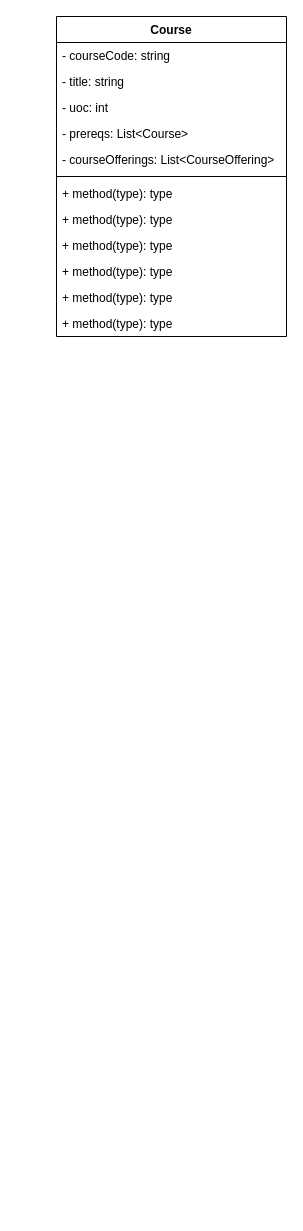
Above: lab3.drawio in iLostMyEyes/comp2511-lab3 (draw.io), before the change. Source tidied: cells renumbered, new cells numbered last; positions are measured from the earlier drawing's top-left corner, leaving out a move shared by most shapes. Both pictures are drawn from the tidied source at 100%, with x=0, y=0 at pixel (56, 16).
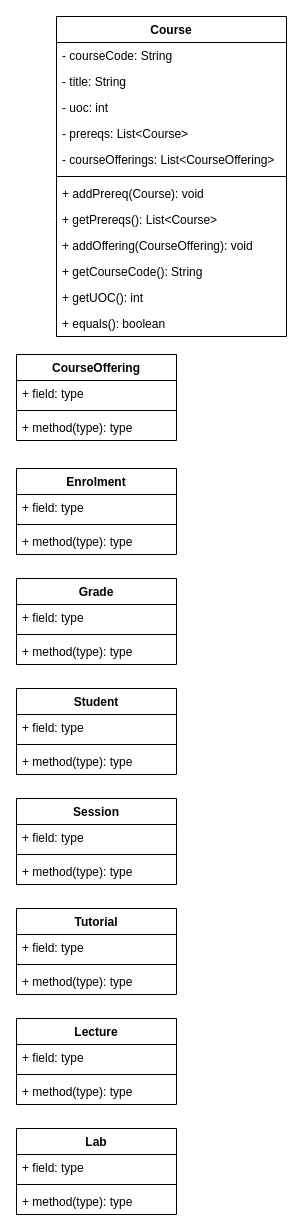
Above is the later version.

The change refers to these unchanged cells:
```xml
<mxCell id="2" value="Course" style="swimlane;fontStyle=1;align=center;verticalAlign=top;horizontal=1;startSize=26;" parent="1" vertex="1">
  <mxGeometry width="230" height="320" as="geometry" />
</mxCell>
```

The edit, as a diff of the source:
```diff
@@
-    <mxCell id="3" value="- courseCode: string" style="text;strokeColor=none;fillColor=none;align=left;verticalAlign=top;spacingLeft=4;spacingRight=4;overflow=hidden;" parent="2" vertex="1">
+    <mxCell id="3" value="- courseCode: String" style="text;strokeColor=none;fillColor=none;align=left;verticalAlign=top;spacingLeft=4;spacingRight=4;overflow=hidden;" parent="2" vertex="1">
       <mxGeometry y="26" width="230" height="26" as="geometry" />
     </mxCell>
-    <mxCell id="4" value="- title: string" style="text;strokeColor=none;fillColor=none;align=left;verticalAlign=top;spacingLeft=4;spacingRight=4;overflow=hidden;" parent="2" vertex="1">
+    <mxCell id="4" value="- title: String" style="text;strokeColor=none;fillColor=none;align=left;verticalAlign=top;spacingLeft=4;spacingRight=4;overflow=hidden;" parent="2" vertex="1">
       <mxGeometry y="52" width="230" height="26" as="geometry" />
     </mxCell>
@@
-    <mxCell id="9" value="+ method(type): type" style="text;strokeColor=none;fillColor=none;align=left;verticalAlign=top;spacingLeft=4;spacingRight=4;overflow=hidden;" parent="2" vertex="1">
+    <mxCell id="9" value="+ addPrereq(Course): void" style="text;strokeColor=none;fillColor=none;align=left;verticalAlign=top;spacingLeft=4;spacingRight=4;overflow=hidden;" parent="2" vertex="1">
       <mxGeometry y="164" width="230" height="26" as="geometry" />
     </mxCell>
-    <mxCell id="10" value="+ method(type): type" style="text;strokeColor=none;fillColor=none;align=left;verticalAlign=top;spacingLeft=4;spacingRight=4;overflow=hidden;" parent="2" vertex="1">
+    <mxCell id="10" value="+ getPrereqs(): List&lt;Course&gt;" style="text;strokeColor=none;fillColor=none;align=left;verticalAlign=top;spacingLeft=4;spacingRight=4;overflow=hidden;" parent="2" vertex="1">
       <mxGeometry y="190" width="230" height="26" as="geometry" />
     </mxCell>
-    <mxCell id="11" value="+ method(type): type" style="text;strokeColor=none;fillColor=none;align=left;verticalAlign=top;spacingLeft=4;spacingRight=4;overflow=hidden;" parent="2" vertex="1">
+    <mxCell id="11" value="+ addOffering(CourseOffering): void" style="text;strokeColor=none;fillColor=none;align=left;verticalAlign=top;spacingLeft=4;spacingRight=4;overflow=hidden;" parent="2" vertex="1">
       <mxGeometry y="216" width="230" height="26" as="geometry" />
     </mxCell>
-    <mxCell id="12" value="+ method(type): type" style="text;strokeColor=none;fillColor=none;align=left;verticalAlign=top;spacingLeft=4;spacingRight=4;overflow=hidden;" parent="2" vertex="1">
+    <mxCell id="12" value="+ getCourseCode(): String" style="text;strokeColor=none;fillColor=none;align=left;verticalAlign=top;spacingLeft=4;spacingRight=4;overflow=hidden;" parent="2" vertex="1">
       <mxGeometry y="242" width="230" height="26" as="geometry" />
     </mxCell>
-    <mxCell id="13" value="+ method(type): type" style="text;strokeColor=none;fillColor=none;align=left;verticalAlign=top;spacingLeft=4;spacingRight=4;overflow=hidden;" parent="2" vertex="1">
+    <mxCell id="13" value="+ getUOC(): int" style="text;strokeColor=none;fillColor=none;align=left;verticalAlign=top;spacingLeft=4;spacingRight=4;overflow=hidden;" parent="2" vertex="1">
       <mxGeometry y="268" width="230" height="26" as="geometry" />
     </mxCell>
-    <mxCell id="14" value="+ method(type): type" style="text;strokeColor=none;fillColor=none;align=left;verticalAlign=top;spacingLeft=4;spacingRight=4;overflow=hidden;" parent="2" vertex="1">
+    <mxCell id="14" value="+ equals(): boolean" style="text;strokeColor=none;fillColor=none;align=left;verticalAlign=top;spacingLeft=4;spacingRight=4;overflow=hidden;" parent="2" vertex="1">
       <mxGeometry y="294" width="230" height="26" as="geometry" />
     </mxCell>
+    <mxCell id="15" value="CourseOffering" style="swimlane;fontStyle=1;align=center;verticalAlign=top;horizontal=1;startSize=26;" parent="1" vertex="1">
+      <mxGeometry x="-40" y="338" width="160" height="86" as="geometry" />
+    </mxCell>
+    <mxCell id="16" value="+ field: type" style="text;strokeColor=none;fillColor=none;align=left;verticalAlign=top;spacingLeft=4;spacingRight=4;overflow=hidden;" parent="15" vertex="1">
+      <mxGeometry y="26" width="160" height="26" as="geometry" />
+    </mxCell>
+    <mxCell id="17" style="line;strokeWidth=1;fillColor=none;align=left;verticalAlign=middle;spacingTop=-1;spacingLeft=3;spacingRight=3;labelPosition=right;" parent="15" vertex="1">
+      <mxGeometry y="52" width="160" height="8" as="geometry" />
+    </mxCell>
+    <mxCell id="18" value="+ method(type): type" style="text;strokeColor=none;fillColor=none;align=left;verticalAlign=top;spacingLeft=4;spacingRight=4;overflow=hidden;" parent="15" vertex="1">
+      <mxGeometry y="60" width="160" height="26" as="geometry" />
+    </mxCell>
+    <mxCell id="19" value="Enrolment" style="swimlane;fontStyle=1;align=center;verticalAlign=top;horizontal=1;startSize=26;" parent="1" vertex="1">
+      <mxGeometry x="-40" y="452" width="160" height="86" as="geometry" />
+    </mxCell>
+    <mxCell id="20" value="+ field: type" style="text;strokeColor=none;fillColor=none;align=left;verticalAlign=top;spacingLeft=4;spacingRight=4;overflow=hidden;" parent="19" vertex="1">
+      <mxGeometry y="26" width="160" height="26" as="geometry" />
+    </mxCell>
+    <mxCell id="21" style="line;strokeWidth=1;fillColor=none;align=left;verticalAlign=middle;spacingTop=-1;spacingLeft=3;spacingRight=3;labelPosition=right;" parent="19" vertex="1">
+      <mxGeometry y="52" width="160" height="8" as="geometry" />
+    </mxCell>
+    <mxCell id="22" value="+ method(type): type" style="text;strokeColor=none;fillColor=none;align=left;verticalAlign=top;spacingLeft=4;spacingRight=4;overflow=hidden;" parent="19" vertex="1">
+      <mxGeometry y="60" width="160" height="26" as="geometry" />
+    </mxCell>
+    <mxCell id="23" value="Grade" style="swimlane;fontStyle=1;align=center;verticalAlign=top;horizontal=1;startSize=26;" parent="1" vertex="1">
+      <mxGeometry x="-40" y="562" width="160" height="86" as="geometry" />
+    </mxCell>
+    <mxCell id="24" value="+ field: type" style="text;strokeColor=none;fillColor=none;align=left;verticalAlign=top;spacingLeft=4;spacingRight=4;overflow=hidden;" parent="23" vertex="1">
+      <mxGeometry y="26" width="160" height="26" as="geometry" />
+    </mxCell>
+    <mxCell id="25" style="line;strokeWidth=1;fillColor=none;align=left;verticalAlign=middle;spacingTop=-1;spacingLeft=3;spacingRight=3;labelPosition=right;" parent="23" vertex="1">
+      <mxGeometry y="52" width="160" height="8" as="geometry" />
+    </mxCell>
+    <mxCell id="26" value="+ method(type): type" style="text;strokeColor=none;fillColor=none;align=left;verticalAlign=top;spacingLeft=4;spacingRight=4;overflow=hidden;" parent="23" vertex="1">
+      <mxGeometry y="60" width="160" height="26" as="geometry" />
+    </mxCell>
+    <mxCell id="27" value="Student" style="swimlane;fontStyle=1;align=center;verticalAlign=top;horizontal=1;startSize=26;" parent="1" vertex="1">
+      <mxGeometry x="-40" y="672" width="160" height="86" as="geometry" />
+    </mxCell>
+    <mxCell id="28" value="+ field: type" style="text;strokeColor=none;fillColor=none;align=left;verticalAlign=top;spacingLeft=4;spacingRight=4;overflow=hidden;" parent="27" vertex="1">
+      <mxGeometry y="26" width="160" height="26" as="geometry" />
+    </mxCell>
+    <mxCell id="29" style="line;strokeWidth=1;fillColor=none;align=left;verticalAlign=middle;spacingTop=-1;spacingLeft=3;spacingRight=3;labelPosition=right;" parent="27" vertex="1">
+      <mxGeometry y="52" width="160" height="8" as="geometry" />
+    </mxCell>
+    <mxCell id="30" value="+ method(type): type" style="text;strokeColor=none;fillColor=none;align=left;verticalAlign=top;spacingLeft=4;spacingRight=4;overflow=hidden;" parent="27" vertex="1">
+      <mxGeometry y="60" width="160" height="26" as="geometry" />
+    </mxCell>
+    <mxCell id="31" value="Session" style="swimlane;fontStyle=1;align=center;verticalAlign=top;horizontal=1;startSize=26;" parent="1" vertex="1">
+      <mxGeometry x="-40" y="782" width="160" height="86" as="geometry" />
+    </mxCell>
+    <mxCell id="32" value="+ field: type" style="text;strokeColor=none;fillColor=none;align=left;verticalAlign=top;spacingLeft=4;spacingRight=4;overflow=hidden;" parent="31" vertex="1">
+      <mxGeometry y="26" width="160" height="26" as="geometry" />
+    </mxCell>
+    <mxCell id="33" style="line;strokeWidth=1;fillColor=none;align=left;verticalAlign=middle;spacingTop=-1;spacingLeft=3;spacingRight=3;labelPosition=right;" parent="31" vertex="1">
+      <mxGeometry y="52" width="160" height="8" as="geometry" />
+    </mxCell>
+    <mxCell id="34" value="+ method(type): type" style="text;strokeColor=none;fillColor=none;align=left;verticalAlign=top;spacingLeft=4;spacingRight=4;overflow=hidden;" parent="31" vertex="1">
+      <mxGeometry y="60" width="160" height="26" as="geometry" />
+    </mxCell>
+    <mxCell id="35" value="Tutorial" style="swimlane;fontStyle=1;align=center;verticalAlign=top;horizontal=1;startSize=26;" parent="1" vertex="1">
+      <mxGeometry x="-40" y="892" width="160" height="86" as="geometry" />
+    </mxCell>
+    <mxCell id="36" value="+ field: type" style="text;strokeColor=none;fillColor=none;align=left;verticalAlign=top;spacingLeft=4;spacingRight=4;overflow=hidden;" parent="35" vertex="1">
+      <mxGeometry y="26" width="160" height="26" as="geometry" />
+    </mxCell>
+    <mxCell id="37" style="line;strokeWidth=1;fillColor=none;align=left;verticalAlign=middle;spacingTop=-1;spacingLeft=3;spacingRight=3;labelPosition=right;" parent="35" vertex="1">
+      <mxGeometry y="52" width="160" height="8" as="geometry" />
+    </mxCell>
+    <mxCell id="38" value="+ method(type): type" style="text;strokeColor=none;fillColor=none;align=left;verticalAlign=top;spacingLeft=4;spacingRight=4;overflow=hidden;" parent="35" vertex="1">
+      <mxGeometry y="60" width="160" height="26" as="geometry" />
+    </mxCell>
+    <mxCell id="39" value="Lecture" style="swimlane;fontStyle=1;align=center;verticalAlign=top;horizontal=1;startSize=26;" parent="1" vertex="1">
+      <mxGeometry x="-40" y="1002" width="160" height="86" as="geometry" />
+    </mxCell>
+    <mxCell id="40" value="+ field: type" style="text;strokeColor=none;fillColor=none;align=left;verticalAlign=top;spacingLeft=4;spacingRight=4;overflow=hidden;" parent="39" vertex="1">
+      <mxGeometry y="26" width="160" height="26" as="geometry" />
+    </mxCell>
+    <mxCell id="41" style="line;strokeWidth=1;fillColor=none;align=left;verticalAlign=middle;spacingTop=-1;spacingLeft=3;spacingRight=3;labelPosition=right;" parent="39" vertex="1">
+      <mxGeometry y="52" width="160" height="8" as="geometry" />
+    </mxCell>
+    <mxCell id="42" value="+ method(type): type" style="text;strokeColor=none;fillColor=none;align=left;verticalAlign=top;spacingLeft=4;spacingRight=4;overflow=hidden;" parent="39" vertex="1">
+      <mxGeometry y="60" width="160" height="26" as="geometry" />
+    </mxCell>
+    <mxCell id="43" value="Lab" style="swimlane;fontStyle=1;align=center;verticalAlign=top;horizontal=1;startSize=26;" parent="1" vertex="1">
+      <mxGeometry x="-40" y="1112" width="160" height="86" as="geometry" />
+    </mxCell>
+    <mxCell id="44" value="+ field: type" style="text;strokeColor=none;fillColor=none;align=left;verticalAlign=top;spacingLeft=4;spacingRight=4;overflow=hidden;" parent="43" vertex="1">
+      <mxGeometry y="26" width="160" height="26" as="geometry" />
+    </mxCell>
+    <mxCell id="45" style="line;strokeWidth=1;fillColor=none;align=left;verticalAlign=middle;spacingTop=-1;spacingLeft=3;spacingRight=3;labelPosition=right;" parent="43" vertex="1">
+      <mxGeometry y="52" width="160" height="8" as="geometry" />
+    </mxCell>
+    <mxCell id="46" value="+ method(type): type" style="text;strokeColor=none;fillColor=none;align=left;verticalAlign=top;spacingLeft=4;spacingRight=4;overflow=hidden;" parent="43" vertex="1">
+      <mxGeometry y="60" width="160" height="26" as="geometry" />
+    </mxCell>
```
